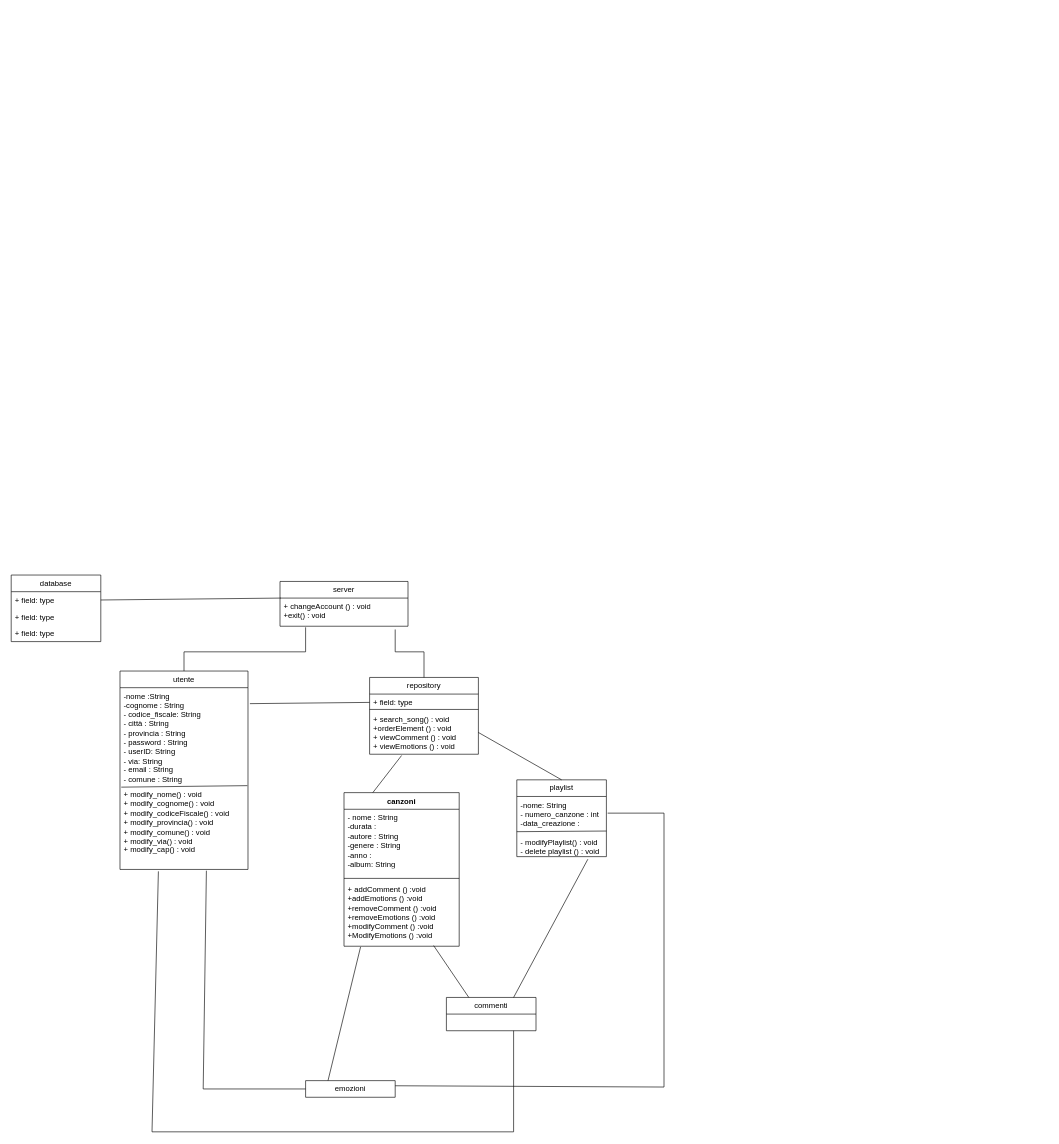
Above: Schemi/class-diagram-labB.drawio in MattyMar234/EmotionalSongs2 (draw.io), before the change. Source tidied: cells renumbered, new cells numbered last; positions are measured from the earlier drawing's top-left corner, leaving out a move shared by most shapes. Both pictures are drawn from the tidied source at 64%, with x=0, y=0 at pixel (11, 575).
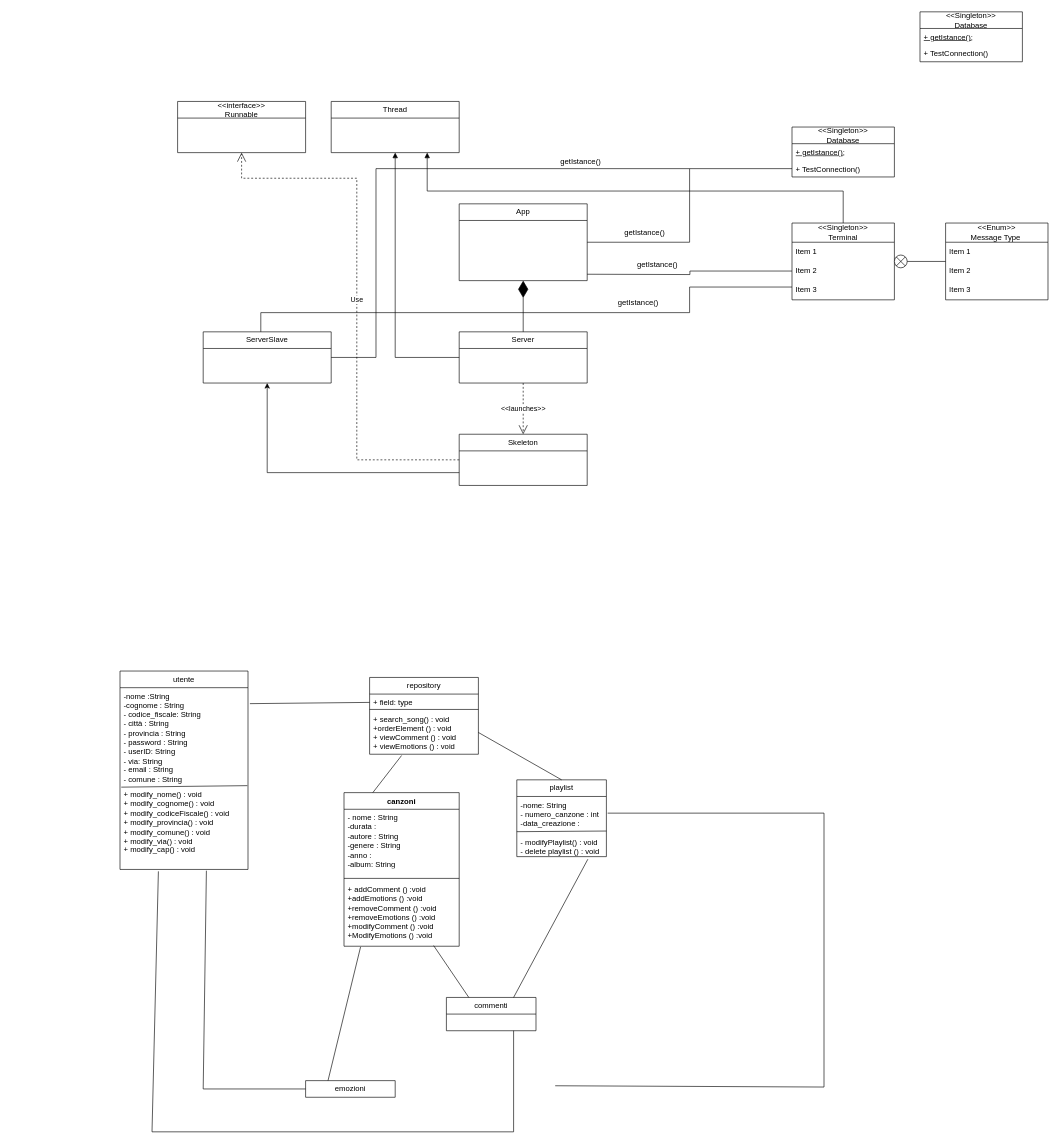
Above is the later version.

Unchanged cells that the change refers to:
```xml
<mxCell id="7" value="-nome: String&lt;br&gt;- numero_canzone : int&amp;nbsp;&lt;br&gt;-data_creazione :&amp;nbsp;&lt;br&gt;&lt;br&gt;- modifyPlaylist() : void&lt;br&gt;- delete playlist () : void&lt;br&gt;-&amp;nbsp;" style="text;strokeColor=none;fillColor=none;align=left;verticalAlign=top;spacingLeft=4;spacingRight=4;overflow=hidden;points=[[0,0.5],[1,0.5]];portConstraint=eastwest;whiteSpace=wrap;html=1;" parent="6" vertex="1">
  <mxGeometry y="26" width="140" height="94" as="geometry" />
</mxCell>
<mxCell id="18" value="utente" style="swimlane;fontStyle=0;horizontal=1;startSize=26;fillColor=none;whiteSpace=wrap;html=1;" parent="1" vertex="1">
  <mxGeometry x="170" y="150" width="200" height="310" as="geometry" />
</mxCell>
<mxCell id="22" value="repository" style="swimlane;fontStyle=0;horizontal=1;startSize=26;fillColor=none;whiteSpace=wrap;html=1;" parent="1" vertex="1">
  <mxGeometry x="560" y="160" width="170" height="120" as="geometry" />
</mxCell>
```

What changed in the source:
```diff
@@
-    <mxCell id="12" value="server&lt;br&gt;" style="swimlane;fontStyle=0;horizontal=1;startSize=26;fillColor=none;whiteSpace=wrap;html=1;" parent="1" vertex="1">
-      <mxGeometry x="420" y="10" width="200" height="70" as="geometry" />
+    <mxCell id="12" value="App" style="swimlane;fontStyle=0;horizontal=1;startSize=26;fillColor=none;whiteSpace=wrap;html=1;" parent="1" vertex="1">
+      <mxGeometry x="700" y="-580" width="200" height="120" as="geometry" />
     </mxCell>
-    <mxCell id="13" value="+ changeAccount () : void&lt;br&gt;+exit() : void" style="text;strokeColor=none;fillColor=none;align=left;verticalAlign=top;spacingLeft=4;spacingRight=4;overflow=hidden;points=[[0,0.5],[1,0.5]];portConstraint=eastwest;whiteSpace=wrap;html=1;" parent="12" vertex="1">
-      <mxGeometry y="26" width="200" height="44" as="geometry" />
-    </mxCell>
-    <mxCell id="14" value="database" style="swimlane;fontStyle=0;horizontal=1;startSize=26;fillColor=none;whiteSpace=wrap;html=1;" parent="1" vertex="1">
-      <mxGeometry width="140" height="104" as="geometry" />
+    <mxCell id="14" value="&amp;lt;&amp;lt;Singleton&amp;gt;&amp;gt;&lt;br&gt;Database" style="swimlane;fontStyle=0;horizontal=1;startSize=26;fillColor=none;whiteSpace=wrap;html=1;" parent="1" vertex="1">
+      <mxGeometry x="1220" y="-700" width="160" height="78" as="geometry" />
     </mxCell>
-    <mxCell id="15" value="+ field: type" style="text;strokeColor=none;fillColor=none;align=left;verticalAlign=top;spacingLeft=4;spacingRight=4;overflow=hidden;points=[[0,0.5],[1,0.5]];portConstraint=eastwest;whiteSpace=wrap;html=1;" parent="14" vertex="1">
-      <mxGeometry y="26" width="140" height="26" as="geometry" />
+    <mxCell id="15" value="&lt;u&gt;+ getIstance();&lt;/u&gt;" style="text;strokeColor=none;fillColor=none;align=left;verticalAlign=top;spacingLeft=4;spacingRight=4;overflow=hidden;points=[[0,0.5],[1,0.5]];portConstraint=eastwest;whiteSpace=wrap;html=1;" parent="14" vertex="1">
+      <mxGeometry y="26" width="160" height="26" as="geometry" />
     </mxCell>
-    <mxCell id="16" value="+ field: type" style="text;strokeColor=none;fillColor=none;align=left;verticalAlign=top;spacingLeft=4;spacingRight=4;overflow=hidden;whiteSpace=wrap;html=1;" parent="14" vertex="1">
-      <mxGeometry y="52" width="140" height="26" as="geometry" />
-    </mxCell>
-    <mxCell id="17" value="+ field: type" style="text;strokeColor=none;fillColor=none;align=left;verticalAlign=top;spacingLeft=4;spacingRight=4;overflow=hidden;whiteSpace=wrap;html=1;" parent="14" vertex="1">
-      <mxGeometry y="78" width="140" height="26" as="geometry" />
+    <mxCell id="17" value="+ TestConnection()" style="text;strokeColor=none;fillColor=none;align=left;verticalAlign=top;spacingLeft=4;spacingRight=4;overflow=hidden;whiteSpace=wrap;html=1;" parent="14" vertex="1">
+      <mxGeometry y="52" width="160" height="26" as="geometry" />
     </mxCell>
@@
-    <mxCell id="26" style="endArrow=none;html=1;rounded=0;entryX=0.2;entryY=1.038;entryDx=0;entryDy=0;entryPerimeter=0;exitX=0.5;exitY=0;exitDx=0;exitDy=0;" parent="1" edge="1" source="18" target="13">
-      <mxGeometry relative="1" as="geometry">
-        <Array as="points">
-          <mxPoint x="270" y="120" />
-          <mxPoint x="460" y="120" />
-        </Array>
-      </mxGeometry>
-    </mxCell>
-    <mxCell id="27" style="endArrow=none;html=1;rounded=0;entryX=0.9;entryY=1.115;entryDx=0;entryDy=0;entryPerimeter=0;exitX=0.5;exitY=0;exitDx=0;exitDy=0;" parent="1" edge="1" source="22" target="13">
-      <mxGeometry relative="1" as="geometry">
-        <Array as="points">
-          <mxPoint x="645" y="120" />
-          <mxPoint x="600" y="120" />
-        </Array>
-      </mxGeometry>
-    </mxCell>
@@
     <mxCell id="33" style="endArrow=none;html=1;rounded=0;entryX=1.014;entryY=0.277;entryDx=0;entryDy=0;entryPerimeter=0;exitX=1;exitY=0.394;exitDx=0;exitDy=0;exitPerimeter=0;" parent="1" edge="1" target="7">
       <mxGeometry relative="1" as="geometry">
-        <mxPoint x="600" y="798" as="sourcePoint" />
+        <mxPoint x="850" y="798" as="sourcePoint" />
         <Array as="points">
-          <mxPoint x="1020" y="800" />
-          <mxPoint x="1020" y="372" />
+          <mxPoint x="1270" y="800" />
+          <mxPoint x="1270" y="372" />
         </Array>
       </mxGeometry>
     </mxCell>
@@
-    <mxCell id="36" style="endArrow=none;html=1;rounded=0;entryX=1;entryY=0.5;entryDx=0;entryDy=0;exitX=0.005;exitY=0;exitDx=0;exitDy=0;exitPerimeter=0;" parent="1" edge="1" source="13" target="15">
-      <mxGeometry relative="1" as="geometry" />
-    </mxCell>
@@
+    <mxCell id="38" value="&amp;lt;&amp;lt;Singleton&amp;gt;&amp;gt;&lt;br&gt;Terminal" style="swimlane;fontStyle=0;horizontal=1;startSize=30;whiteSpace=wrap;html=1;" parent="1" vertex="1">
+      <mxGeometry x="1220" y="-550" width="160" height="120" as="geometry" />
+    </mxCell>
+    <mxCell id="39" value="Item 1" style="text;strokeColor=none;fillColor=none;align=left;verticalAlign=middle;spacingLeft=4;spacingRight=4;overflow=hidden;whiteSpace=wrap;html=1;" parent="38" vertex="1">
+      <mxGeometry y="30" width="160" height="30" as="geometry" />
+    </mxCell>
+    <mxCell id="40" value="Item 2" style="text;strokeColor=none;fillColor=none;align=left;verticalAlign=middle;spacingLeft=4;spacingRight=4;overflow=hidden;points=[[0,0.5],[1,0.5]];portConstraint=eastwest;whiteSpace=wrap;html=1;" parent="38" vertex="1">
+      <mxGeometry y="60" width="160" height="30" as="geometry" />
+    </mxCell>
+    <mxCell id="41" value="Item 3" style="text;strokeColor=none;fillColor=none;align=left;verticalAlign=middle;spacingLeft=4;spacingRight=4;overflow=hidden;whiteSpace=wrap;html=1;" parent="38" vertex="1">
+      <mxGeometry y="90" width="160" height="30" as="geometry" />
+    </mxCell>
+    <mxCell id="42" style="ellipse;whiteSpace=wrap;html=1;" parent="1" vertex="1">
+      <mxGeometry x="1380" y="-500" width="20" height="20" as="geometry" />
+    </mxCell>
+    <mxCell id="43" style="endArrow=none;html=1;rounded=0;entryX=1;entryY=0;entryDx=0;entryDy=0;exitX=0;exitY=1;exitDx=0;exitDy=0;" parent="1" edge="1" source="42" target="42">
+      <mxGeometry relative="1" as="geometry" />
+    </mxCell>
+    <mxCell id="44" style="endArrow=none;html=1;rounded=0;entryX=1;entryY=1;entryDx=0;entryDy=0;exitX=0;exitY=0;exitDx=0;exitDy=0;" parent="1" edge="1" source="42" target="42">
+      <mxGeometry relative="1" as="geometry" />
+    </mxCell>
+    <mxCell id="45" value="&amp;lt;&amp;lt;Enum&amp;gt;&amp;gt;&lt;br&gt;Message Type&amp;nbsp;" style="swimlane;fontStyle=0;horizontal=1;startSize=30;whiteSpace=wrap;html=1;" parent="1" vertex="1">
+      <mxGeometry x="1460" y="-550" width="160" height="120" as="geometry" />
+    </mxCell>
+    <mxCell id="46" value="Item 1" style="text;strokeColor=none;fillColor=none;align=left;verticalAlign=middle;spacingLeft=4;spacingRight=4;overflow=hidden;whiteSpace=wrap;html=1;" parent="45" vertex="1">
+      <mxGeometry y="30" width="160" height="30" as="geometry" />
+    </mxCell>
+    <mxCell id="47" value="Item 2" style="text;strokeColor=none;fillColor=none;align=left;verticalAlign=middle;spacingLeft=4;spacingRight=4;overflow=hidden;whiteSpace=wrap;html=1;" parent="45" vertex="1">
+      <mxGeometry y="60" width="160" height="30" as="geometry" />
+    </mxCell>
+    <mxCell id="48" value="Item 3" style="text;strokeColor=none;fillColor=none;align=left;verticalAlign=middle;spacingLeft=4;spacingRight=4;overflow=hidden;whiteSpace=wrap;html=1;" parent="45" vertex="1">
+      <mxGeometry y="90" width="160" height="30" as="geometry" />
+    </mxCell>
+    <mxCell id="49" style="endArrow=none;html=1;rounded=0;entryX=1;entryY=0.5;entryDx=0;entryDy=0;" parent="1" edge="1" source="45" target="42">
+      <mxGeometry relative="1" as="geometry" />
+    </mxCell>
+    <mxCell id="50" value="Server" style="swimlane;fontStyle=0;horizontal=1;startSize=26;fillColor=none;whiteSpace=wrap;html=1;" parent="1" vertex="1">
+      <mxGeometry x="700" y="-380" width="200" height="80" as="geometry" />
+    </mxCell>
+    <mxCell id="51" style="endArrow=diamondThin;endFill=1;endSize=24;html=1;rounded=0;exitX=0.5;exitY=0;exitDx=0;exitDy=0;" parent="1" edge="1" source="50" target="12">
+      <mxGeometry relative="1" as="geometry" />
+    </mxCell>
+    <mxCell id="52" value="Thread" style="swimlane;fontStyle=0;horizontal=1;startSize=26;fillColor=none;whiteSpace=wrap;html=1;" parent="1" vertex="1">
+      <mxGeometry x="500" y="-740" width="200" height="80" as="geometry" />
+    </mxCell>
+    <mxCell id="53" style="endArrow=block;endFill=1;html=1;edgeStyle=orthogonalEdgeStyle;align=left;verticalAlign=top;rounded=0;exitX=0;exitY=0.5;exitDx=0;exitDy=0;entryX=0.5;entryY=1;entryDx=0;entryDy=0;" parent="1" edge="1" source="50" target="52">
+      <mxGeometry x="-1" relative="1" as="geometry" />
+    </mxCell>
+    <mxCell id="54" style="endArrow=none;html=1;rounded=0;entryX=0;entryY=0.5;entryDx=0;entryDy=0;exitX=1;exitY=0.5;exitDx=0;exitDy=0;" parent="1" edge="1" source="12">
+      <mxGeometry relative="1" as="geometry">
+        <mxPoint x="1220" y="-635" as="targetPoint" />
+        <Array as="points">
+          <mxPoint x="1060" y="-520" />
+          <mxPoint x="1060" y="-635" />
+        </Array>
+      </mxGeometry>
+    </mxCell>
+    <mxCell id="55" value="getIstance()" style="text;html=1;strokeColor=none;fillColor=none;align=center;verticalAlign=middle;whiteSpace=wrap;rounded=0;" parent="1" vertex="1">
+      <mxGeometry x="960" y="-550" width="60" height="30" as="geometry" />
+    </mxCell>
+    <mxCell id="56" style="edgeStyle=orthogonalEdgeStyle;rounded=0;jettySize=auto;html=1;exitX=0;exitY=0.75;exitDx=0;exitDy=0;entryX=0.5;entryY=1;entryDx=0;entryDy=0;" parent="1" edge="1" source="57" target="61">
+      <mxGeometry relative="1" as="geometry" />
+    </mxCell>
+    <mxCell id="57" value="Skeleton" style="swimlane;fontStyle=0;horizontal=1;startSize=26;fillColor=none;whiteSpace=wrap;html=1;" parent="1" vertex="1">
+      <mxGeometry x="700" y="-220" width="200" height="80" as="geometry" />
+    </mxCell>
+    <mxCell id="58" value="&amp;lt;&amp;lt;launches&amp;gt;&amp;gt;" style="endArrow=open;endSize=12;dashed=1;html=1;rounded=0;entryX=0.5;entryY=0;entryDx=0;entryDy=0;exitX=0.5;exitY=1;exitDx=0;exitDy=0;" parent="1" edge="1" source="50" target="57">
+      <mxGeometry relative="1" as="geometry" />
+    </mxCell>
+    <mxCell id="59" value="&amp;lt;&amp;lt;interface&amp;gt;&amp;gt;&lt;br&gt;Runnable" style="swimlane;fontStyle=0;horizontal=1;startSize=26;fillColor=none;whiteSpace=wrap;html=1;" parent="1" vertex="1">
+      <mxGeometry x="260" y="-740" width="200" height="80" as="geometry" />
+    </mxCell>
+    <mxCell id="60" value="Use" style="endArrow=open;endSize=12;dashed=1;html=1;rounded=0;exitX=0;exitY=0.5;exitDx=0;exitDy=0;" parent="1" edge="1" source="57">
+      <mxGeometry relative="1" as="geometry">
+        <mxPoint x="360" y="-660" as="targetPoint" />
+        <Array as="points">
+          <mxPoint x="540" y="-180" />
+          <mxPoint x="540" y="-620" />
+          <mxPoint x="360" y="-620" />
+        </Array>
+      </mxGeometry>
+    </mxCell>
+    <mxCell id="61" value="ServerSlave" style="swimlane;fontStyle=0;horizontal=1;startSize=26;fillColor=none;whiteSpace=wrap;html=1;" parent="1" vertex="1">
+      <mxGeometry x="300" y="-380" width="200" height="80" as="geometry" />
+    </mxCell>
+    <mxCell id="62" style="endArrow=none;html=1;rounded=0;entryX=0;entryY=0.5;entryDx=0;entryDy=0;exitX=1;exitY=0.5;exitDx=0;exitDy=0;" parent="1" edge="1" source="61">
+      <mxGeometry relative="1" as="geometry">
+        <mxPoint x="1060" y="-635" as="targetPoint" />
+        <Array as="points">
+          <mxPoint x="570" y="-340" />
+          <mxPoint x="570" y="-635" />
+          <mxPoint x="900" y="-635" />
+        </Array>
+      </mxGeometry>
+    </mxCell>
+    <mxCell id="63" value="getIstance()" style="text;html=1;strokeColor=none;fillColor=none;align=center;verticalAlign=middle;whiteSpace=wrap;rounded=0;" parent="1" vertex="1">
+      <mxGeometry x="860" y="-660" width="60" height="30" as="geometry" />
+    </mxCell>
+    <mxCell id="64" style="endArrow=none;html=1;edgeStyle=orthogonalEdgeStyle;rounded=0;entryX=0;entryY=0.5;entryDx=0;entryDy=0;" parent="1" edge="1" target="40">
+      <mxGeometry relative="1" as="geometry">
+        <mxPoint x="900" y="-470" as="sourcePoint" />
+      </mxGeometry>
+    </mxCell>
+    <mxCell id="65" value="getIstance()" style="text;html=1;strokeColor=none;fillColor=none;align=center;verticalAlign=middle;whiteSpace=wrap;rounded=0;" parent="1" vertex="1">
+      <mxGeometry x="980" y="-500" width="60" height="30" as="geometry" />
+    </mxCell>
+    <mxCell id="66" value="&amp;lt;&amp;lt;Singleton&amp;gt;&amp;gt;&lt;br&gt;Database" style="swimlane;fontStyle=0;horizontal=1;startSize=26;fillColor=none;whiteSpace=wrap;html=1;" parent="1" vertex="1">
+      <mxGeometry x="1420" y="-880" width="160" height="78" as="geometry" />
+    </mxCell>
+    <mxCell id="67" value="&lt;u&gt;+ getIstance();&lt;/u&gt;" style="text;strokeColor=none;fillColor=none;align=left;verticalAlign=top;spacingLeft=4;spacingRight=4;overflow=hidden;whiteSpace=wrap;html=1;" parent="66" vertex="1">
+      <mxGeometry y="26" width="160" height="26" as="geometry" />
+    </mxCell>
+    <mxCell id="68" value="+ TestConnection()" style="text;strokeColor=none;fillColor=none;align=left;verticalAlign=top;spacingLeft=4;spacingRight=4;overflow=hidden;whiteSpace=wrap;html=1;" parent="66" vertex="1">
+      <mxGeometry y="52" width="160" height="26" as="geometry" />
+    </mxCell>
+    <mxCell id="69" style="endArrow=none;html=1;rounded=0;entryX=0;entryY=0.5;entryDx=0;entryDy=0;exitX=0.45;exitY=0;exitDx=0;exitDy=0;exitPerimeter=0;" parent="1" edge="1" source="61">
+      <mxGeometry relative="1" as="geometry">
+        <mxPoint x="1220" y="-450" as="targetPoint" />
+        <Array as="points">
+          <mxPoint x="390" y="-410" />
+          <mxPoint x="1060" y="-410" />
+          <mxPoint x="1060" y="-450" />
+        </Array>
+      </mxGeometry>
+    </mxCell>
+    <mxCell id="70" value="getIstance()" style="text;html=1;strokeColor=none;fillColor=none;align=center;verticalAlign=middle;whiteSpace=wrap;rounded=0;" parent="1" vertex="1">
+      <mxGeometry x="950" y="-440" width="60" height="30" as="geometry" />
+    </mxCell>
+    <mxCell id="71" style="endArrow=block;endFill=1;html=1;edgeStyle=orthogonalEdgeStyle;align=left;verticalAlign=top;rounded=0;entryX=0.75;entryY=1;entryDx=0;entryDy=0;exitX=0.5;exitY=0;exitDx=0;exitDy=0;" parent="1" edge="1" source="38" target="52">
+      <mxGeometry x="-1" relative="1" as="geometry">
+        <Array as="points">
+          <mxPoint x="1300" y="-600" />
+          <mxPoint x="650" y="-600" />
+        </Array>
+      </mxGeometry>
+    </mxCell>
```
